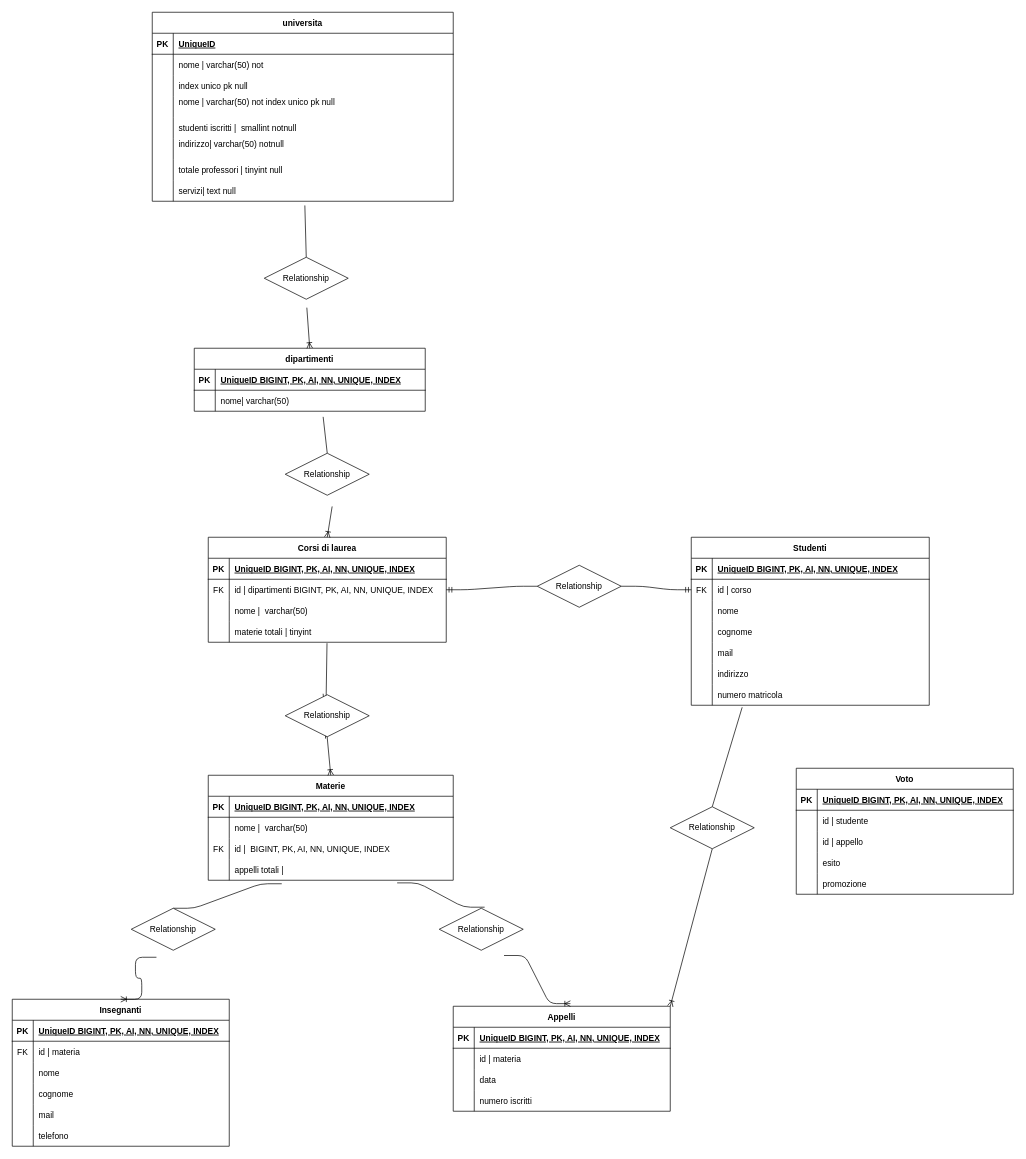
Before: university.dio in fabiodelli/db-university, a draw.io diagram. Source tidied: cells renumbered, new cells numbered last; positions are measured from the earlier drawing's top-left corner, leaving out a move shared by most shapes. Both pictures are drawn from the tidied source at 70%, with x=0, y=0 at pixel (12, 12).
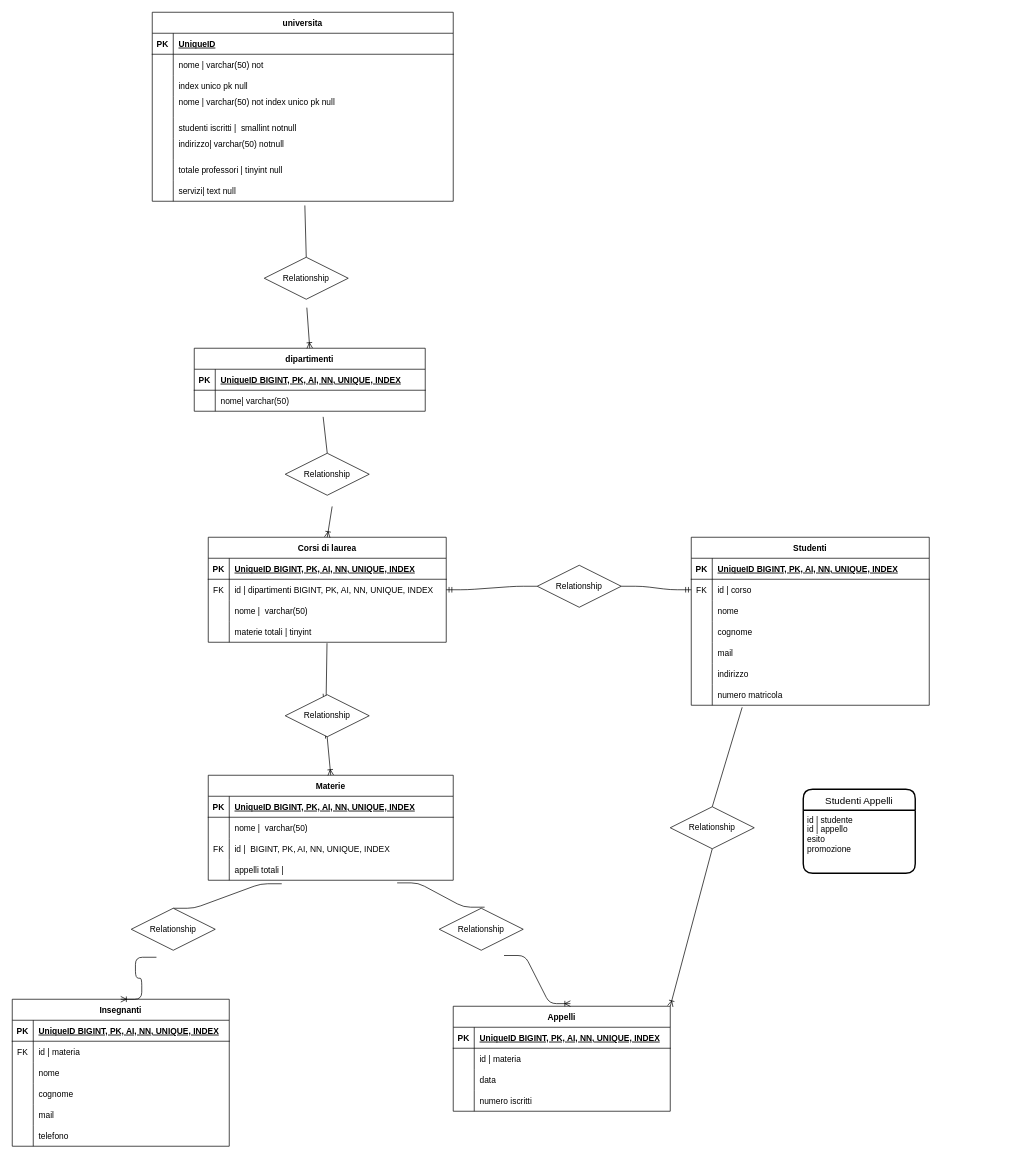
Above is the later version.

Diff of the diagram source:
```diff
@@
-    <mxCell id="114" value="Voto" style="shape=table;startSize=30;childLayout=tableLayout;rowLines=0;fontStyle=1;align=center;" parent="1" vertex="1">
-      <mxGeometry x="1120" y="1080" width="310" height="180" as="geometry" />
-    </mxCell>
-    <mxCell id="115" style="shape=tableRow;horizontal=0;startSize=0;swimlaneHead=0;swimlaneBody=0;fillColor=none;top=0;left=0;right=0;bottom=1;" parent="114" vertex="1">
-      <mxGeometry y="30" width="310" height="30" as="geometry" />
-    </mxCell>
-    <mxCell id="116" value="PK" style="shape=partialRectangle;fillColor=none;top=0;left=0;bottom=0;right=0;fontStyle=1;overflow=hidden;" parent="115" vertex="1">
-      <mxGeometry width="30" height="30" as="geometry" />
-    </mxCell>
-    <mxCell id="117" value="UniqueID BIGINT, PK, AI, NN, UNIQUE, INDEX" style="shape=partialRectangle;fillColor=none;top=0;left=0;bottom=0;right=0;align=left;spacingLeft=6;fontStyle=5;overflow=hidden;" parent="115" vertex="1">
-      <mxGeometry x="30" width="280" height="30" as="geometry" />
-    </mxCell>
-    <mxCell id="118" style="shape=tableRow;horizontal=0;startSize=0;swimlaneHead=0;swimlaneBody=0;fillColor=none;top=0;left=0;right=0;bottom=0;" parent="114" vertex="1">
-      <mxGeometry y="60" width="310" height="30" as="geometry" />
-    </mxCell>
-    <mxCell id="119" style="shape=partialRectangle;fillColor=none;top=0;left=0;bottom=0;right=0;overflow=hidden;" parent="118" vertex="1">
-      <mxGeometry width="30" height="30" as="geometry" />
-    </mxCell>
-    <mxCell id="120" value="id | studente" style="shape=partialRectangle;fillColor=none;top=0;left=0;bottom=0;right=0;align=left;spacingLeft=6;overflow=hidden;" parent="118" vertex="1">
-      <mxGeometry x="30" width="280" height="30" as="geometry" />
-    </mxCell>
-    <mxCell id="121" style="shape=tableRow;horizontal=0;startSize=0;swimlaneHead=0;swimlaneBody=0;fillColor=none;top=0;left=0;right=0;bottom=0;" parent="114" vertex="1">
-      <mxGeometry y="90" width="310" height="30" as="geometry" />
-    </mxCell>
-    <mxCell id="122" style="shape=partialRectangle;fillColor=none;top=0;left=0;bottom=0;right=0;overflow=hidden;" parent="121" vertex="1">
-      <mxGeometry width="30" height="30" as="geometry" />
-    </mxCell>
-    <mxCell id="123" value="id | appello" style="shape=partialRectangle;fillColor=none;top=0;left=0;bottom=0;right=0;align=left;spacingLeft=6;overflow=hidden;" parent="121" vertex="1">
-      <mxGeometry x="30" width="280" height="30" as="geometry" />
-    </mxCell>
-    <mxCell id="124" style="shape=tableRow;horizontal=0;startSize=0;swimlaneHead=0;swimlaneBody=0;fillColor=none;top=0;left=0;right=0;bottom=0;" parent="114" vertex="1">
-      <mxGeometry y="120" width="310" height="30" as="geometry" />
-    </mxCell>
-    <mxCell id="125" style="shape=partialRectangle;fillColor=none;top=0;left=0;bottom=0;right=0;overflow=hidden;" parent="124" vertex="1">
-      <mxGeometry width="30" height="30" as="geometry" />
-    </mxCell>
-    <mxCell id="126" value="esito " style="shape=partialRectangle;fillColor=none;top=0;left=0;bottom=0;right=0;align=left;spacingLeft=6;overflow=hidden;" parent="124" vertex="1">
-      <mxGeometry x="30" width="280" height="30" as="geometry" />
-    </mxCell>
-    <mxCell id="127" style="shape=tableRow;horizontal=0;startSize=0;swimlaneHead=0;swimlaneBody=0;fillColor=none;top=0;left=0;right=0;bottom=0;" parent="114" vertex="1">
-      <mxGeometry y="150" width="310" height="30" as="geometry" />
-    </mxCell>
-    <mxCell id="128" style="shape=partialRectangle;fillColor=none;top=0;left=0;bottom=0;right=0;overflow=hidden;" parent="127" vertex="1">
-      <mxGeometry width="30" height="30" as="geometry" />
-    </mxCell>
-    <mxCell id="129" value="promozione" style="shape=partialRectangle;fillColor=none;top=0;left=0;bottom=0;right=0;align=left;spacingLeft=6;overflow=hidden;" parent="127" vertex="1">
-      <mxGeometry x="30" width="280" height="30" as="geometry" />
-    </mxCell>
@@
+    <mxCell id="151" value="Studenti Appelli" style="swimlane;horizontal=1;startSize=30;rounded=1;fontSize=14;fontStyle=0;strokeWidth=2;shadow=0;dashed=0;align=center;" parent="1" vertex="1">
+      <mxGeometry x="1130" y="1110" width="160" height="120" as="geometry" />
+    </mxCell>
+    <mxCell id="152" value="id | studente&#10;id | appello&#10;esito&#10;promozione" style="align=left;strokeColor=none;fillColor=none;spacingLeft=4;fontSize=12;verticalAlign=top;" parent="151" vertex="1">
+      <mxGeometry y="30" width="160" height="90" as="geometry" />
+    </mxCell>
```
